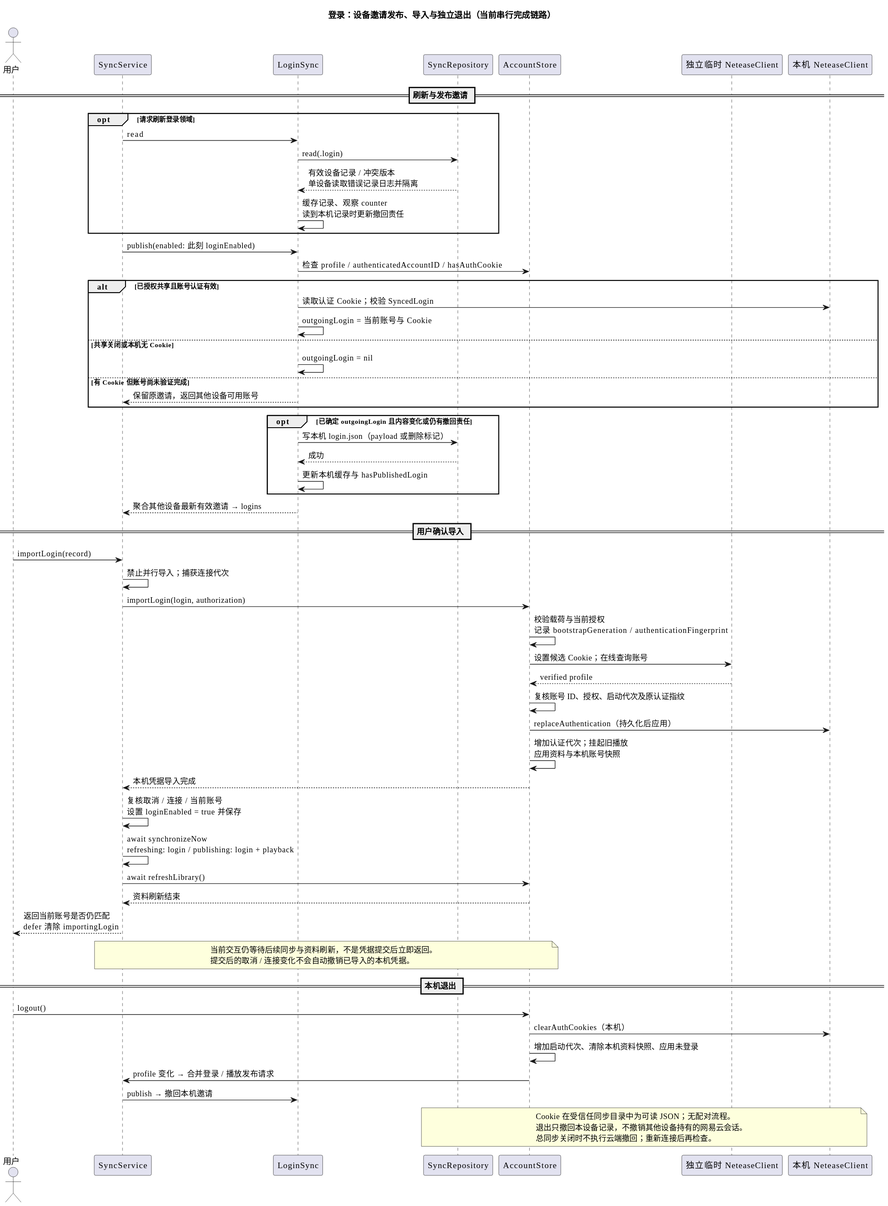
This is docs/icloud-sync/login.svg from Aut-B/kumone, a PlantUML export, as it was before one commit. The source it was exported from:
```plantuml
@startuml
skinparam defaultFontName PingFang SC
skinparam shadowing false
title 登录：设备邀请发布、导入与独立退出（当前串行完成链路）

actor "用户" as User
participant "SyncService" as Service
participant "LoginSync" as Login
participant "SyncRepository" as Repo
participant "AccountStore" as Account
participant "独立临时 NeteaseClient" as Candidate
participant "本机 NeteaseClient" as Client

== 刷新与发布邀请 ==
opt 请求刷新登录领域
  Service -> Login : read
  Login -> Repo : read(.login)
  Repo --> Login : 有效设备记录 / 冲突版本\n单设备读取错误记录日志并隔离
  Login -> Login : 缓存记录、观察 counter\n读到本机记录时更新撤回责任
end
Service -> Login : publish(enabled: 此刻 loginEnabled)
Login -> Account : 检查 profile / authenticatedAccountID / hasAuthCookie
alt 已授权共享且账号认证有效
  Login -> Client : 读取认证 Cookie；校验 SyncedLogin
  Login -> Login : outgoingLogin = 当前账号与 Cookie
else 共享关闭或本机无 Cookie
  Login -> Login : outgoingLogin = nil
else 有 Cookie 但账号尚未验证完成
  Login --> Service : 保留原邀请，返回其他设备可用账号
end
opt 已确定 outgoingLogin 且内容变化或仍有撤回责任
  Login -> Repo : 写本机 login.json（payload 或删除标记）
  Repo --> Login : 成功
  Login -> Login : 更新本机缓存与 hasPublishedLogin
end
Login --> Service : 聚合其他设备最新有效邀请 → logins

== 用户确认导入 ==
User -> Service : importLogin(record)
Service -> Service : 禁止并行导入；捕获连接代次
Service -> Account : importLogin(login, authorization)
Account -> Account : 校验载荷与当前授权\n记录 bootstrapGeneration / authenticationFingerprint
Account -> Candidate : 设置候选 Cookie；在线查询账号
Candidate --> Account : verified profile
Account -> Account : 复核账号 ID、授权、启动代次及原认证指纹
Account -> Client : replaceAuthentication（持久化后应用）
Account -> Account : 增加认证代次；挂起旧播放\n应用资料与本机账号快照
Account --> Service : 本机凭据导入完成
Service -> Service : 复核取消 / 连接 / 当前账号\n设置 loginEnabled = true 并保存
Service -> Service : await synchronizeNow\nrefreshing: login / publishing: login + playback
Service -> Account : await refreshLibrary()
Account --> Service : 资料刷新结束
Service --> User : 返回当前账号是否仍匹配\ndefer 清除 importingLogin
note over Service,Account
  当前交互仍等待后续同步与资料刷新，不是凭据提交后立即返回。
  提交后的取消 / 连接变化不会自动撤销已导入的本机凭据。
end note

== 本机退出 ==
User -> Account : logout()
Account -> Client : clearAuthCookies（本机）
Account -> Account : 增加启动代次、清除本机资料快照、应用未登录
Account -> Service : profile 变化 → 合并登录 / 播放发布请求
Service -> Login : publish → 撤回本机邀请
note over Repo,Client
  Cookie 在受信任同步目录中为可读 JSON；无配对流程。
  退出只撤回本设备记录，不撤销其他设备持有的网易云会话。
  总同步关闭时不执行云端撤回；重新连接后再检查。
end note
@enduml
```
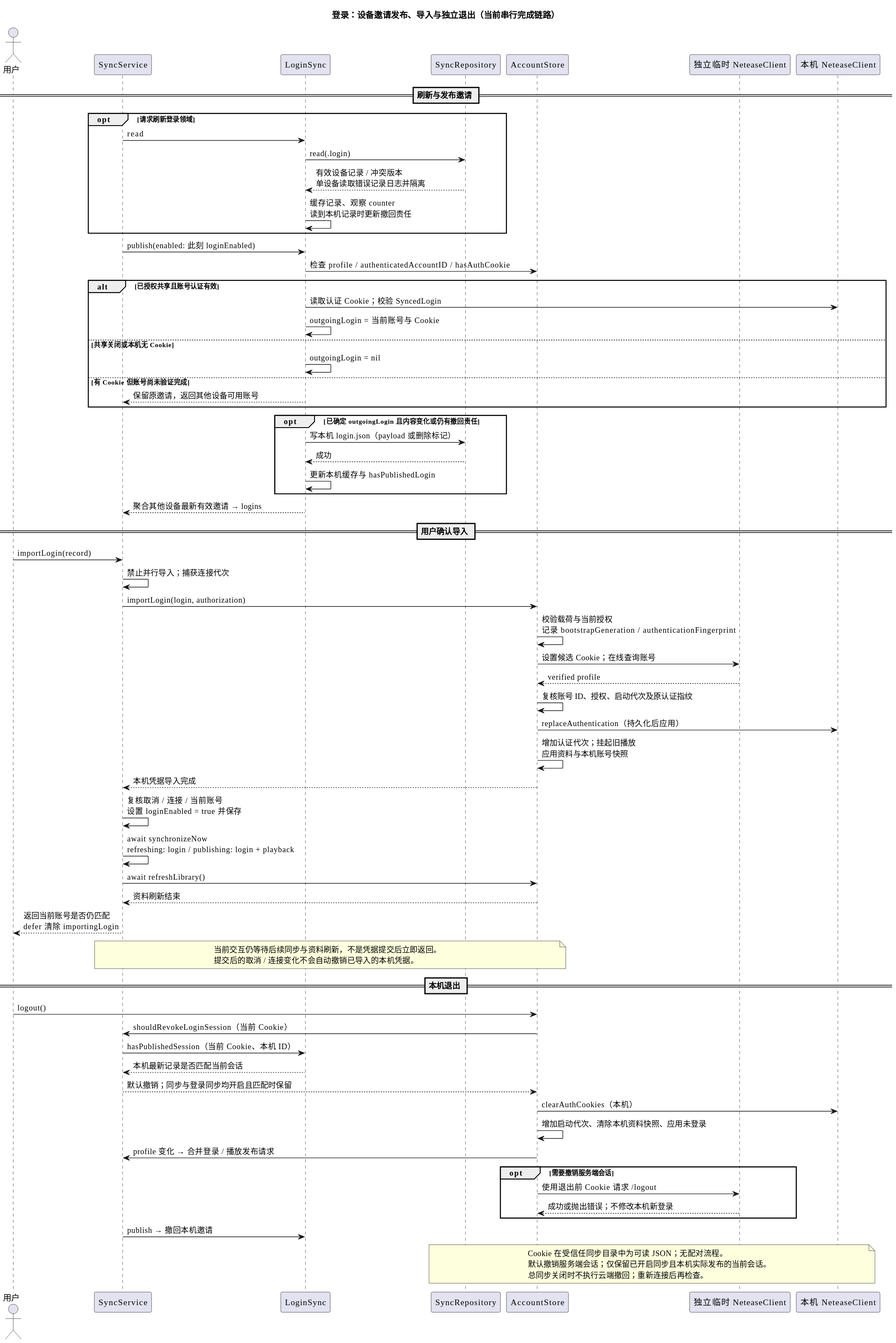
Above is the later version.

Commit message:
fix(auth): revoke unpublished login sessions on sign-out

Diff of the diagram source:
```diff
@@ -58,13 +58,21 @@
 
 == 本机退出 ==
 User -> Account : logout()
+Account -> Service : shouldRevokeLoginSession（当前 Cookie）
+Service -> Login : hasPublishedSession（当前 Cookie、本机 ID）
+Login --> Service : 本机最新记录是否匹配当前会话
+Service --> Account : 默认撤销；同步与登录同步均开启且匹配时保留
 Account -> Client : clearAuthCookies（本机）
 Account -> Account : 增加启动代次、清除本机资料快照、应用未登录
 Account -> Service : profile 变化 → 合并登录 / 播放发布请求
+opt 需要撤销服务端会话
+  Account -> Candidate : 使用退出前 Cookie 请求 /logout
+  Candidate --> Account : 成功或抛出错误；不修改本机新登录
+end
 Service -> Login : publish → 撤回本机邀请
 note over Repo,Client
   Cookie 在受信任同步目录中为可读 JSON；无配对流程。
-  退出只撤回本设备记录，不撤销其他设备持有的网易云会话。
+  默认撤销服务端会话；仅保留已开启同步且本机实际发布的当前会话。
   总同步关闭时不执行云端撤回；重新连接后再检查。
 end note
 @enduml
```
